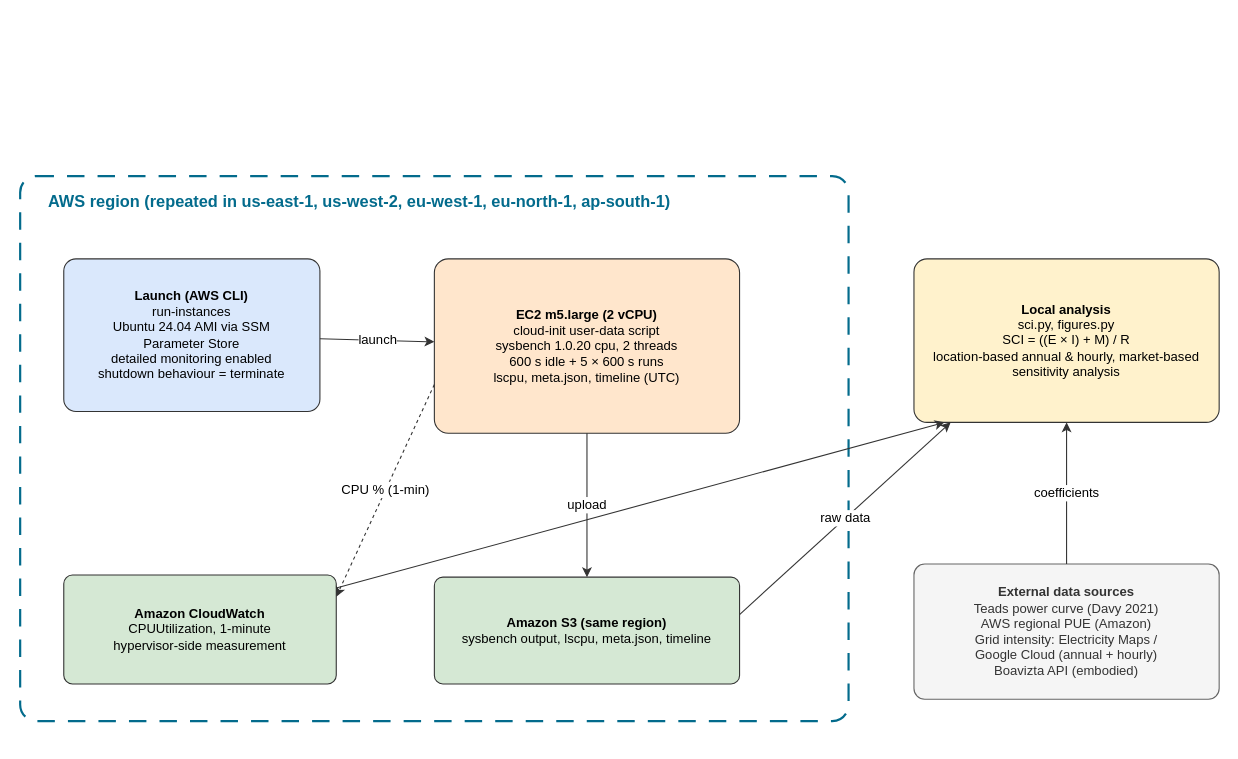
bartan34/aws-region-carbon-benchmark keeps this draw.io diagram as docs/architecture.drawio. Above is the earlier version. Source tidied: cells renumbered, new cells numbered last; positions are measured from the earlier drawing's top-left corner, leaving out a move shared by most shapes. Both pictures are drawn from the tidied source at 109%, with x=0, y=0 at pixel (20, 175).
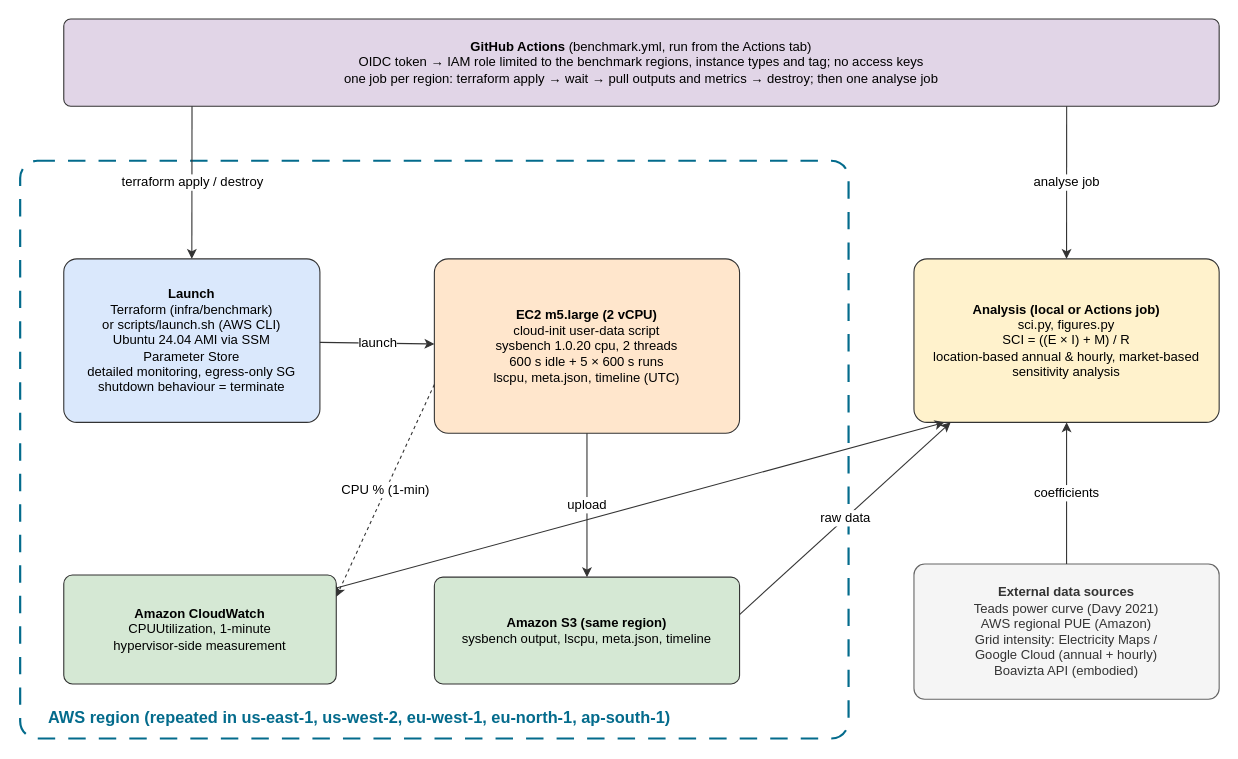
The same diagram, later.

Commit message (it also covers changes not shown here):
Show the GitHub Actions and Terraform path in the architecture diagram

What changed in the source:
```diff
@@
 <mxGraphModel>
   <root>
     <mxCell id="0" />
     <mxCell id="1" parent="0" />
-    <mxCell id="2" value="AWS region (repeated in us-east-1, us-west-2, eu-west-1, eu-north-1, ap-south-1)" style="rounded=1;arcSize=3;html=1;dashed=1;dashPattern=8 6;strokeWidth=2;strokeColor=#036B8C;fillColor=none;verticalAlign=top;align=left;spacingLeft=24;spacingTop=8;fontSize=15;fontStyle=1;fontColor=#036B8C;whiteSpace=wrap;" parent="1" vertex="1">
-      <mxGeometry width="760" height="500" as="geometry" />
+    <mxCell id="2" value="AWS region (repeated in us-east-1, us-west-2, eu-west-1, eu-north-1, ap-south-1)" style="rounded=1;arcSize=3;html=1;dashed=1;dashPattern=8 6;strokeWidth=2;strokeColor=#036B8C;fillColor=none;verticalAlign=bottom;align=left;spacingLeft=24;spacingBottom=8;fontSize=15;fontStyle=1;fontColor=#036B8C;whiteSpace=wrap;" parent="1" vertex="1">
+      <mxGeometry y="-14" width="760" height="530" as="geometry" />
     </mxCell>
+    <mxCell id="15" value="&lt;b&gt;GitHub Actions&lt;/b&gt; (benchmark.yml, run from the Actions tab)&lt;br&gt;OIDC token → IAM role limited to the benchmark regions, instance types and tag; no access keys&lt;br&gt;one job per region: terraform apply → wait → pull outputs and metrics → destroy; then one analyse job" style="rounded=1;arcSize=8;html=1;whiteSpace=wrap;fillColor=#e1d5e7;strokeColor=#333333;fontSize=12;" parent="1" vertex="1">
+      <mxGeometry x="40" y="-144" width="1060" height="80" as="geometry" />
+    </mxCell>
-    <mxCell id="3" value="&lt;b&gt;Launch (AWS CLI)&lt;/b&gt;&lt;br&gt;run-instances&lt;br&gt;Ubuntu 24.04 AMI via SSM&lt;br&gt;Parameter Store&lt;br&gt;detailed monitoring enabled&lt;br&gt;shutdown behaviour = terminate" style="rounded=1;arcSize=8;html=1;whiteSpace=wrap;fillColor=#dae8fc;strokeColor=#333333;fontSize=12;" parent="1" vertex="1">
-      <mxGeometry x="40" y="76" width="235" height="140" as="geometry" />
+    <mxCell id="3" value="&lt;b&gt;Launch&lt;/b&gt;&lt;br&gt;Terraform (infra/benchmark)&lt;br&gt;or scripts/launch.sh (AWS CLI)&lt;br&gt;Ubuntu 24.04 AMI via SSM&lt;br&gt;Parameter Store&lt;br&gt;detailed monitoring, egress-only SG&lt;br&gt;shutdown behaviour = terminate" style="rounded=1;arcSize=8;html=1;whiteSpace=wrap;fillColor=#dae8fc;strokeColor=#333333;fontSize=12;" parent="1" vertex="1">
+      <mxGeometry x="40" y="76" width="235" height="150" as="geometry" />
     </mxCell>
     <mxCell id="4" value="&lt;b&gt;EC2 m5.large (2 vCPU)&lt;/b&gt;&lt;br&gt;cloud-init user-data script&lt;br&gt;sysbench 1.0.20 cpu, 2 threads&lt;br&gt;600 s idle + 5 × 600 s runs&lt;br&gt;lscpu, meta.json, timeline (UTC)" style="rounded=1;arcSize=8;html=1;whiteSpace=wrap;fillColor=#ffe6cc;strokeColor=#333333;fontSize=12;" parent="1" vertex="1">
       <mxGeometry x="380" y="76" width="280" height="160" as="geometry" />
     </mxCell>
     <mxCell id="5" value="&lt;b&gt;Amazon CloudWatch&lt;/b&gt;&lt;br&gt;CPUUtilization, 1-minute&lt;br&gt;hypervisor-side measurement" style="rounded=1;arcSize=8;html=1;whiteSpace=wrap;fillColor=#d5e8d4;strokeColor=#333333;fontSize=12;" parent="1" vertex="1">
       <mxGeometry x="40" y="366" width="250" height="100" as="geometry" />
     </mxCell>
     <mxCell id="6" value="&lt;b&gt;Amazon S3 (same region)&lt;/b&gt;&lt;br&gt;sysbench output, lscpu, meta.json, timeline" style="rounded=1;arcSize=8;html=1;whiteSpace=wrap;fillColor=#d5e8d4;strokeColor=#333333;fontSize=12;" parent="1" vertex="1">
       <mxGeometry x="380" y="368" width="280" height="98" as="geometry" />
     </mxCell>
-    <mxCell id="7" value="&lt;b&gt;Local analysis&lt;/b&gt;&lt;br&gt;sci.py, figures.py&lt;br&gt;SCI = ((E × I) + M) / R&lt;br&gt;location-based annual &amp;amp; hourly, market-based&lt;br&gt;sensitivity analysis" style="rounded=1;arcSize=8;html=1;whiteSpace=wrap;fillColor=#fff2cc;strokeColor=#333333;fontSize=12;" parent="1" vertex="1">
+    <mxCell id="7" value="&lt;b&gt;Analysis (local or Actions job)&lt;/b&gt;&lt;br&gt;sci.py, figures.py&lt;br&gt;SCI = ((E × I) + M) / R&lt;br&gt;location-based annual &amp;amp; hourly, market-based&lt;br&gt;sensitivity analysis" style="rounded=1;arcSize=8;html=1;whiteSpace=wrap;fillColor=#fff2cc;strokeColor=#333333;fontSize=12;" parent="1" vertex="1">
       <mxGeometry x="820" y="76" width="280" height="150" as="geometry" />
     </mxCell>
     <mxCell id="8" value="&lt;b&gt;External data sources&lt;/b&gt;&lt;br&gt;Teads power curve (Davy 2021)&lt;br&gt;AWS regional PUE (Amazon)&lt;br&gt;Grid intensity: Electricity Maps /&lt;br&gt;Google Cloud (annual + hourly)&lt;br&gt;Boavizta API (embodied)" style="rounded=1;arcSize=8;html=1;whiteSpace=wrap;fillColor=#f5f5f5;strokeColor=#666666;fontColor=#333333;fontSize=12;" parent="1" vertex="1">
       <mxGeometry x="820" y="356" width="280" height="124" as="geometry" />
     </mxCell>
     <mxCell id="9" value="launch" style="edgeStyle=none;html=1;strokeColor=#333333;labelBackgroundColor=#ffffff;fontSize=12;" parent="1" edge="1" source="3" target="4">
       <mxGeometry relative="1" as="geometry" />
     </mxCell>
     <mxCell id="10" value="CPU % (1-min)" style="edgeStyle=none;html=1;dashed=1;strokeColor=#333333;labelBackgroundColor=#ffffff;fontSize=12;exitX=0;exitY=0.72;entryX=1;entryY=0.2;" parent="1" edge="1" source="4" target="5">
       <mxGeometry relative="1" as="geometry" />
     </mxCell>
     <mxCell id="11" value="upload" style="edgeStyle=none;html=1;strokeColor=#333333;labelBackgroundColor=#ffffff;fontSize=12;exitX=0.5;exitY=1;entryX=0.5;entryY=0;" parent="1" edge="1" source="4" target="6">
       <mxGeometry relative="1" as="geometry" />
     </mxCell>
     <mxCell id="12" style="edgeStyle=none;html=1;strokeColor=#333333;exitX=1;exitY=0.12;entryX=0.1;entryY=1;" parent="1" edge="1" source="5" target="7">
       <mxGeometry relative="1" as="geometry" />
     </mxCell>
     <mxCell id="13" value="raw data" style="edgeStyle=none;html=1;strokeColor=#333333;labelBackgroundColor=#ffffff;fontSize=12;exitX=1;exitY=0.35;entryX=0.12;entryY=1;" parent="1" edge="1" source="6" target="7">
       <mxGeometry relative="1" as="geometry" />
     </mxCell>
     <mxCell id="14" value="coefficients" style="edgeStyle=none;html=1;strokeColor=#333333;labelBackgroundColor=#ffffff;fontSize=12;exitX=0.5;exitY=0;entryX=0.5;entryY=1;" parent="1" edge="1" source="8" target="7">
       <mxGeometry relative="1" as="geometry" />
     </mxCell>
+    <mxCell id="16" value="terraform apply / destroy" style="edgeStyle=none;html=1;strokeColor=#333333;labelBackgroundColor=#ffffff;fontSize=12;exitX=0.111;exitY=1;entryX=0.5;entryY=0;" parent="1" edge="1" source="15" target="3">
+      <mxGeometry relative="1" as="geometry" />
+    </mxCell>
+    <mxCell id="17" value="analyse job" style="edgeStyle=none;html=1;strokeColor=#333333;labelBackgroundColor=#ffffff;fontSize=12;exitX=0.868;exitY=1;entryX=0.5;entryY=0;" parent="1" edge="1" source="15" target="7">
+      <mxGeometry relative="1" as="geometry" />
+    </mxCell>
   </root>
 </mxGraphModel>
```
